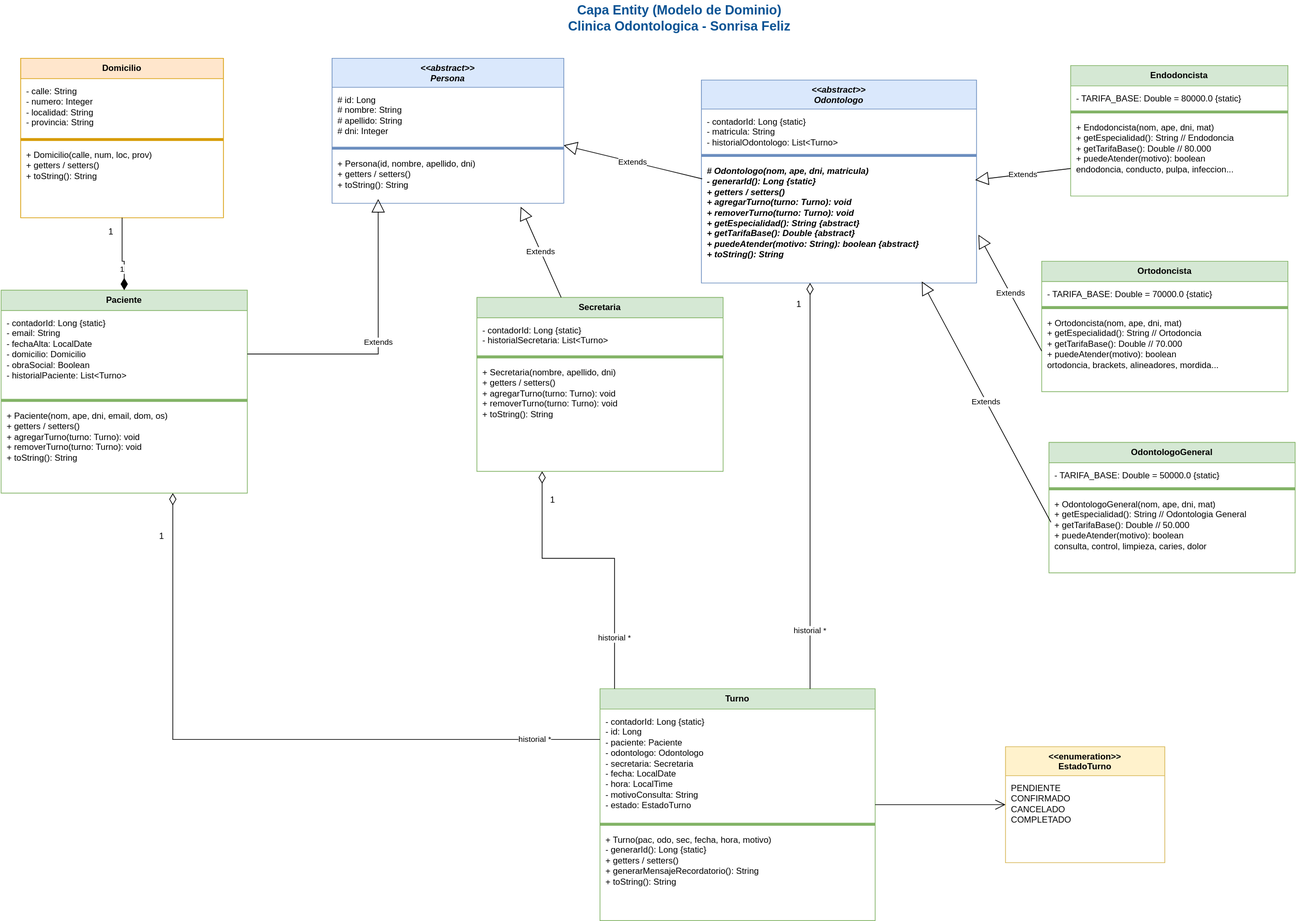
The draw.io diagram uml_Entity.drawio.svg in bautista00/Proyecto_ClinicaOdontologica, before a commit. Source tidied: cells renumbered, new cells last; positions are measured from the earlier drawing's top-left corner, leaving out a move shared by most shapes.
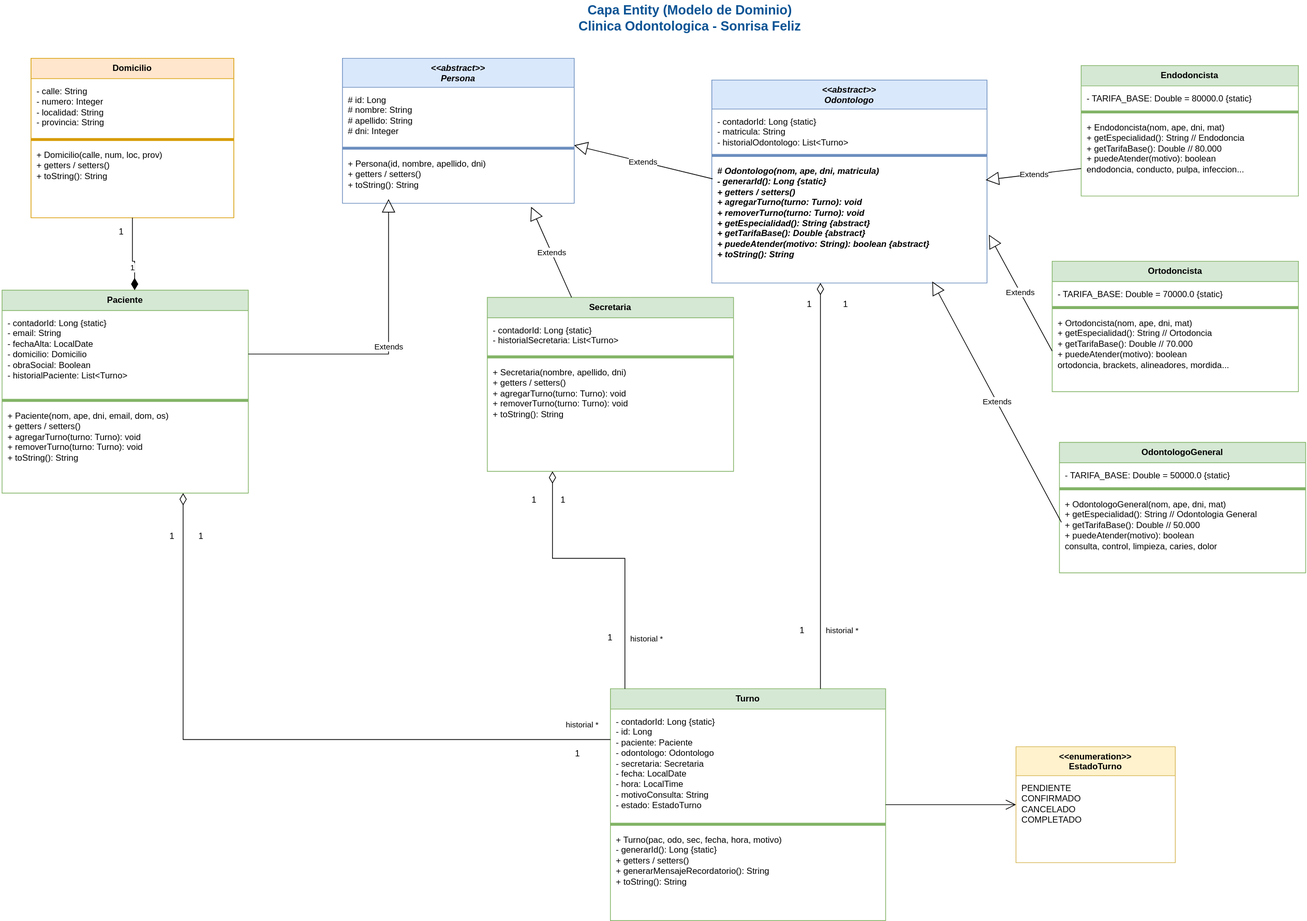
After the change.

Commit message:
Diagrama UML entity modificado

What changed in the source:
```diff
@@ -30,7 +30,7 @@
       <mxGeometry y="116" width="280" height="104" as="geometry" />
     </mxCell>
     <mxCell id="11" value="Paciente" style="swimlane;fontStyle=1;align=center;verticalAlign=top;horizontal=1;startSize=28;horizontalStackLayout=0;fillColor=#d5e8d4;strokeColor=#82b366;" parent="1" vertex="1">
-      <mxGeometry y="400" width="340" height="280" as="geometry" />
+      <mxGeometry x="-13" y="400" width="340" height="280" as="geometry" />
     </mxCell>
     <mxCell id="12" value="- contadorId: Long  {static}&#10;- email: String&#10;- fechaAlta: LocalDate&#10;- domicilio: Domicilio&#10;- obraSocial: Boolean&#10;- historialPaciente: List&lt;Turno&gt;" style="text;strokeColor=none;fillColor=none;align=left;verticalAlign=top;spacingLeft=6;spacingTop=4;whiteSpace=wrap;" parent="11" vertex="1">
       <mxGeometry y="28" width="340" height="120" as="geometry" />
@@ -131,14 +131,14 @@
       <mxGeometry relative="1" as="geometry" />
     </mxCell>
     <mxCell id="43" value="historial *" style="edgeStyle=orthogonalEdgeStyle;rounded=0;jettySize=auto;html=1;startArrow=diamondThin;startFill=0;startSize=14;endArrow=none;strokeColor=#000000;" parent="1" edge="1" source="11" target="35">
-      <mxGeometry x="0.81" relative="1" as="geometry">
+      <mxGeometry x="0.91" y="20" relative="1" as="geometry">
         <Array as="points">
           <mxPoint x="237" y="1020" />
         </Array>
       </mxGeometry>
     </mxCell>
     <mxCell id="44" value="historial *" style="edgeStyle=orthogonalEdgeStyle;rounded=0;jettySize=auto;html=1;startArrow=diamondThin;startFill=0;startSize=14;endArrow=none;strokeColor=#000000;" parent="1" edge="1" source="15" target="35">
-      <mxGeometry x="0.71" relative="1" as="geometry">
+      <mxGeometry x="0.71" y="30" relative="1" as="geometry">
         <Array as="points">
           <mxPoint x="1117" y="870" />
           <mxPoint x="1117" y="870" />
@@ -146,12 +146,11 @@
       </mxGeometry>
     </mxCell>
     <mxCell id="45" value="historial *" style="edgeStyle=orthogonalEdgeStyle;rounded=0;jettySize=auto;html=1;startArrow=diamondThin;startFill=0;startSize=14;endArrow=none;strokeColor=#000000;" parent="1" edge="1" source="19" target="35">
-      <mxGeometry x="0.65" relative="1" as="geometry">
+      <mxGeometry x="0.65" y="30" relative="1" as="geometry">
         <Array as="points">
           <mxPoint x="747" y="770" />
           <mxPoint x="847" y="770" />
         </Array>
-        <mxPoint y="-1" as="offset" />
       </mxGeometry>
     </mxCell>
     <mxCell id="46" value="Extends" style="endArrow=block;endSize=16;endFill=0;html=1;rounded=0;entryX=0.801;entryY=0.988;entryDx=0;entryDy=0;entryPerimeter=0;exitX=0.008;exitY=0.378;exitDx=0;exitDy=0;exitPerimeter=0;" parent="1" edge="1" source="26" target="18">
@@ -184,5 +183,23 @@
     <mxCell id="55" value="1" style="text;html=1;whiteSpace=wrap;strokeColor=none;fillColor=none;align=center;verticalAlign=middle;rounded=0;" parent="1" vertex="1">
       <mxGeometry x="747" y="680" width="30" height="20" as="geometry" />
     </mxCell>
+    <mxCell id="56" value="1" style="text;html=1;whiteSpace=wrap;strokeColor=none;fillColor=none;align=center;verticalAlign=middle;rounded=0;" parent="1" vertex="1">
+      <mxGeometry x="707" y="680" width="30" height="20" as="geometry" />
+    </mxCell>
+    <mxCell id="57" value="1" style="text;html=1;whiteSpace=wrap;strokeColor=none;fillColor=none;align=center;verticalAlign=middle;rounded=0;" parent="1" vertex="1">
+      <mxGeometry x="812" y="870" width="30" height="20" as="geometry" />
+    </mxCell>
+    <mxCell id="58" value="1" style="text;html=1;whiteSpace=wrap;strokeColor=none;fillColor=none;align=center;verticalAlign=middle;rounded=0;" parent="1" vertex="1">
+      <mxGeometry x="247" y="730" width="30" height="20" as="geometry" />
+    </mxCell>
+    <mxCell id="59" value="1" style="text;html=1;whiteSpace=wrap;strokeColor=none;fillColor=none;align=center;verticalAlign=middle;rounded=0;" parent="1" vertex="1">
+      <mxGeometry x="767" y="1030" width="30" height="20" as="geometry" />
+    </mxCell>
+    <mxCell id="60" value="1" style="text;html=1;whiteSpace=wrap;strokeColor=none;fillColor=none;align=center;verticalAlign=middle;rounded=0;" parent="1" vertex="1">
+      <mxGeometry x="1137" y="410" width="30" height="20" as="geometry" />
+    </mxCell>
+    <mxCell id="61" value="1" style="text;html=1;whiteSpace=wrap;strokeColor=none;fillColor=none;align=center;verticalAlign=middle;rounded=0;" parent="1" vertex="1">
+      <mxGeometry x="1077" y="860" width="30" height="20" as="geometry" />
+    </mxCell>
   </root>
 </mxGraphModel>
```
